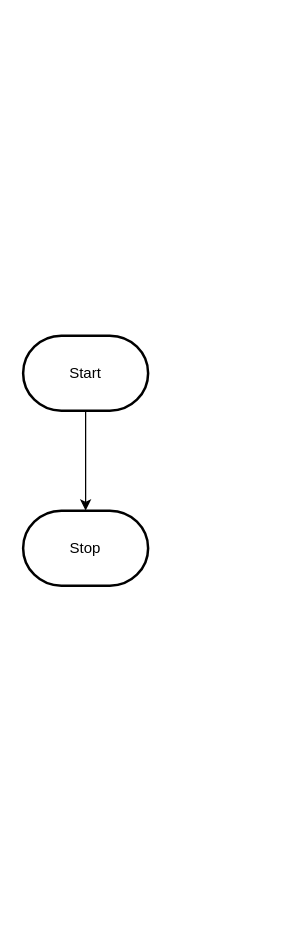
This is design/flowchart.drawio from MTHS-ICD2O-1-2023/ICD2O-Unit-3-03-George-Khalil-29, a draw.io file, before an edit. Source tidied: cells renumbered, new cells numbered last; positions are measured from the earlier drawing's top-left corner, leaving out a move shared by most shapes. Both pictures are drawn from the tidied source at 125%, with x=0, y=0 at pixel (22, 335).
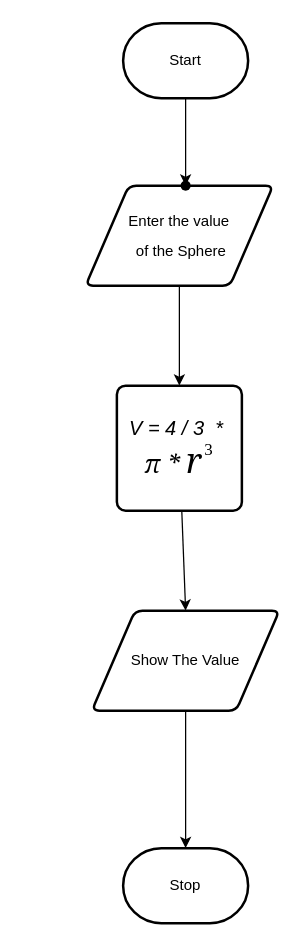
Above is the later version.

The edit, as a diff of the source:
```diff
@@
 <mxGraphModel>
   <root>
     <mxCell id="0" />
     <mxCell id="1" parent="0" />
-    <mxCell id="2" style="edgeStyle=orthogonalEdgeStyle;html=1;rounded=0;" parent="1" edge="1" source="3" target="4">
-      <mxGeometry relative="1" as="geometry" />
-    </mxCell>
+    <mxCell id="5" style="edgeStyle=none;html=1;" parent="1" edge="1" source="3" target="7">
+      <mxGeometry relative="1" as="geometry" />
+    </mxCell>
     <mxCell id="3" value="Start" style="strokeWidth=2;html=1;shape=mxgraph.flowchart.terminator;whiteSpace=wrap;" parent="1" vertex="1">
-      <mxGeometry width="100" height="60" as="geometry" />
+      <mxGeometry x="80" y="-250" width="100" height="60" as="geometry" />
     </mxCell>
     <mxCell id="4" value="Stop" style="strokeWidth=2;html=1;shape=mxgraph.flowchart.terminator;whiteSpace=wrap;" parent="1" vertex="1">
-      <mxGeometry y="140" width="100" height="60" as="geometry" />
+      <mxGeometry x="80" y="410" width="100" height="60" as="geometry" />
     </mxCell>
+    <mxCell id="6" style="edgeStyle=none;html=1;entryX=0.5;entryY=0;entryDx=0;entryDy=0;" parent="1" edge="1" source="2" target="9">
+      <mxGeometry relative="1" as="geometry" />
+    </mxCell>
+    <mxCell id="2" value="&lt;p style=&quot;line-height: 100%;&quot;&gt;Enter the value&lt;/p&gt;&lt;p style=&quot;line-height: 100%;&quot;&gt;&amp;nbsp;of the Sphere&lt;/p&gt;" style="shape=parallelogram;html=1;strokeWidth=2;perimeter=parallelogramPerimeter;whiteSpace=wrap;rounded=1;arcSize=12;size=0.23;" parent="1" vertex="1">
+      <mxGeometry x="50" y="-120" width="150" height="80" as="geometry" />
+    </mxCell>
+    <mxCell id="7" style="shape=waypoint;sketch=0;size=6;points=[];fillColor=default;perimeter=centerPerimeter;snapToPoint=1;strokeWidth=2;" parent="1" vertex="1">
+      <mxGeometry x="120" y="-130" width="20" height="20" as="geometry" />
+    </mxCell>
+    <mxCell id="8" style="edgeStyle=none;html=1;entryX=0.5;entryY=0;entryDx=0;entryDy=0;" parent="1" edge="1" source="9" target="11">
+      <mxGeometry relative="1" as="geometry" />
+    </mxCell>
+    <mxCell id="9" value="&lt;div style=&quot;text-align: start;&quot;&gt;&lt;span style=&quot;background-color: initial; font-size: 16px;&quot;&gt;&lt;font color=&quot;#000000&quot; face=&quot;Google Sans, arial, sans-serif&quot;&gt;&lt;i style=&quot;&quot;&gt;V = 4 / 3&amp;nbsp; *&amp;nbsp;&lt;/i&gt;&lt;/font&gt;&lt;/span&gt;&lt;/div&gt;&lt;font color=&quot;#000000&quot;&gt;&lt;span style=&quot;font-family: STIXGeneral, Georgia; font-size: 20px; font-style: italic; text-align: start;&quot;&gt;π *&amp;nbsp;&lt;/span&gt;&lt;div style=&quot;display: inline-block; position: relative; transition: color 0.05s ease-in-out 0s; margin: -4px; padding: 4px; font-style: italic; font-family: STIXGeneral, Georgia; font-size: 27px; text-align: start; cursor: pointer;&quot; role=&quot;link&quot; class=&quot;lr-fy-el lr-fy-eq-elem&quot;&gt;r&lt;/div&gt;&lt;div style=&quot;display: inline-block; position: relative; transition: color 0.05s ease-in-out 0s; font-family: STIXGeneral, Times, &amp;quot;Times New Roman&amp;quot;, serif; margin-left: 0.15em; vertical-align: top; font-size: 13.5px; text-align: start;&quot; class=&quot;lr-fy-ecv lr-fy-eq-elem&quot;&gt;3&lt;/div&gt;&lt;/font&gt;" style="rounded=1;whiteSpace=wrap;html=1;absoluteArcSize=1;arcSize=14;strokeWidth=2;" parent="1" vertex="1">
+      <mxGeometry x="75" y="40" width="100" height="100" as="geometry" />
+    </mxCell>
+    <mxCell id="10" style="edgeStyle=none;html=1;entryX=0.5;entryY=0;entryDx=0;entryDy=0;entryPerimeter=0;" parent="1" edge="1" source="11" target="4">
+      <mxGeometry relative="1" as="geometry" />
+    </mxCell>
+    <mxCell id="11" value="Show The Value" style="shape=parallelogram;html=1;strokeWidth=2;perimeter=parallelogramPerimeter;whiteSpace=wrap;rounded=1;arcSize=12;size=0.23;labelBackgroundColor=none;" parent="1" vertex="1">
+      <mxGeometry x="55" y="220" width="150" height="80" as="geometry" />
+    </mxCell>
   </root>
 </mxGraphModel>
```
